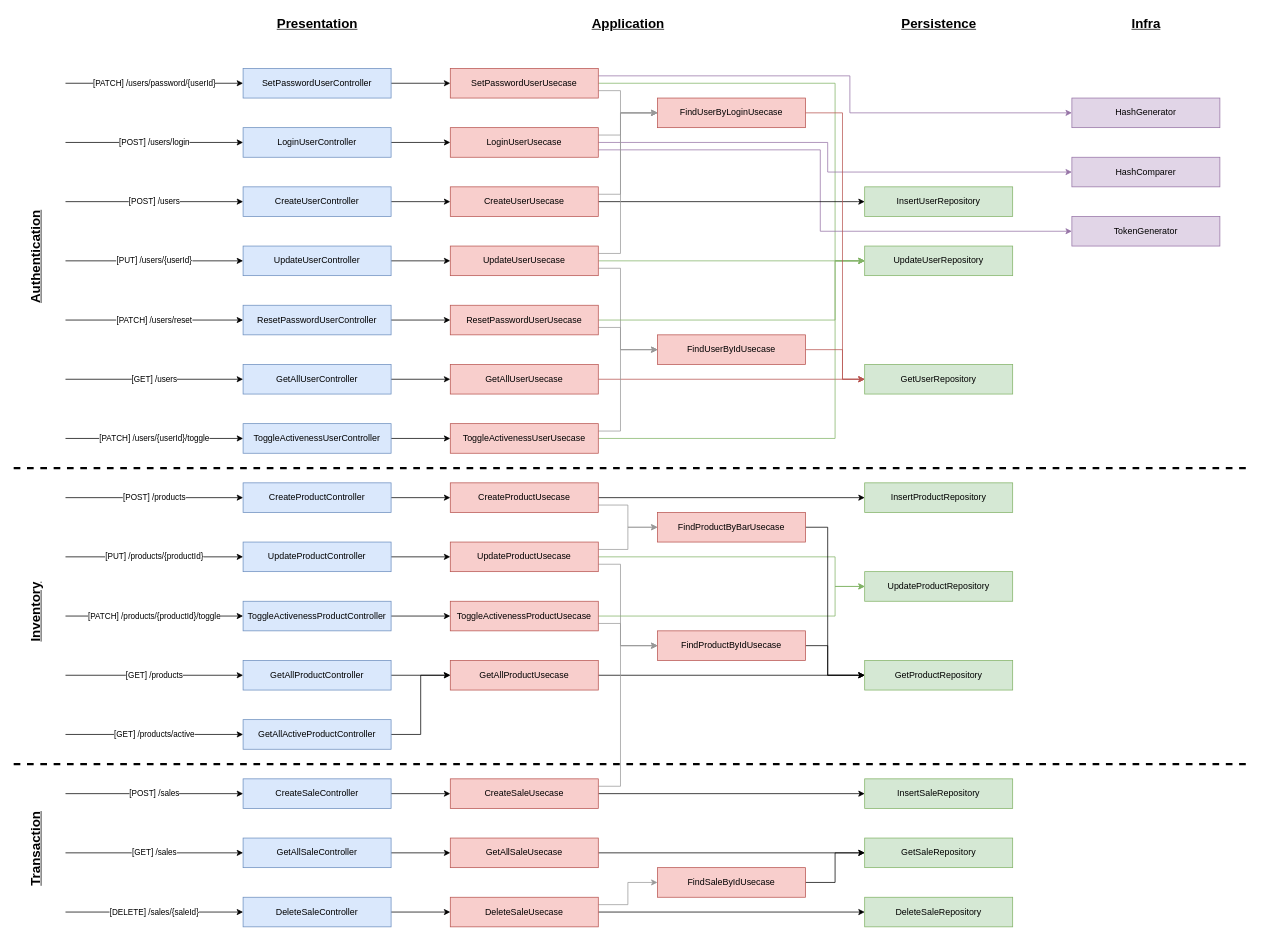
The draw.io diagram page "architecture-diagram" (3 of 3) of docs/diagrams.drawio in leonfoliveira/sales, before the edit. Source tidied: cells renumbered, new cells numbered last; positions are measured from the earlier drawing's top-left corner, leaving out a move shared by most shapes. Both pictures are drawn from the tidied source at 74%, with x=0, y=0 at pixel (13, 13).
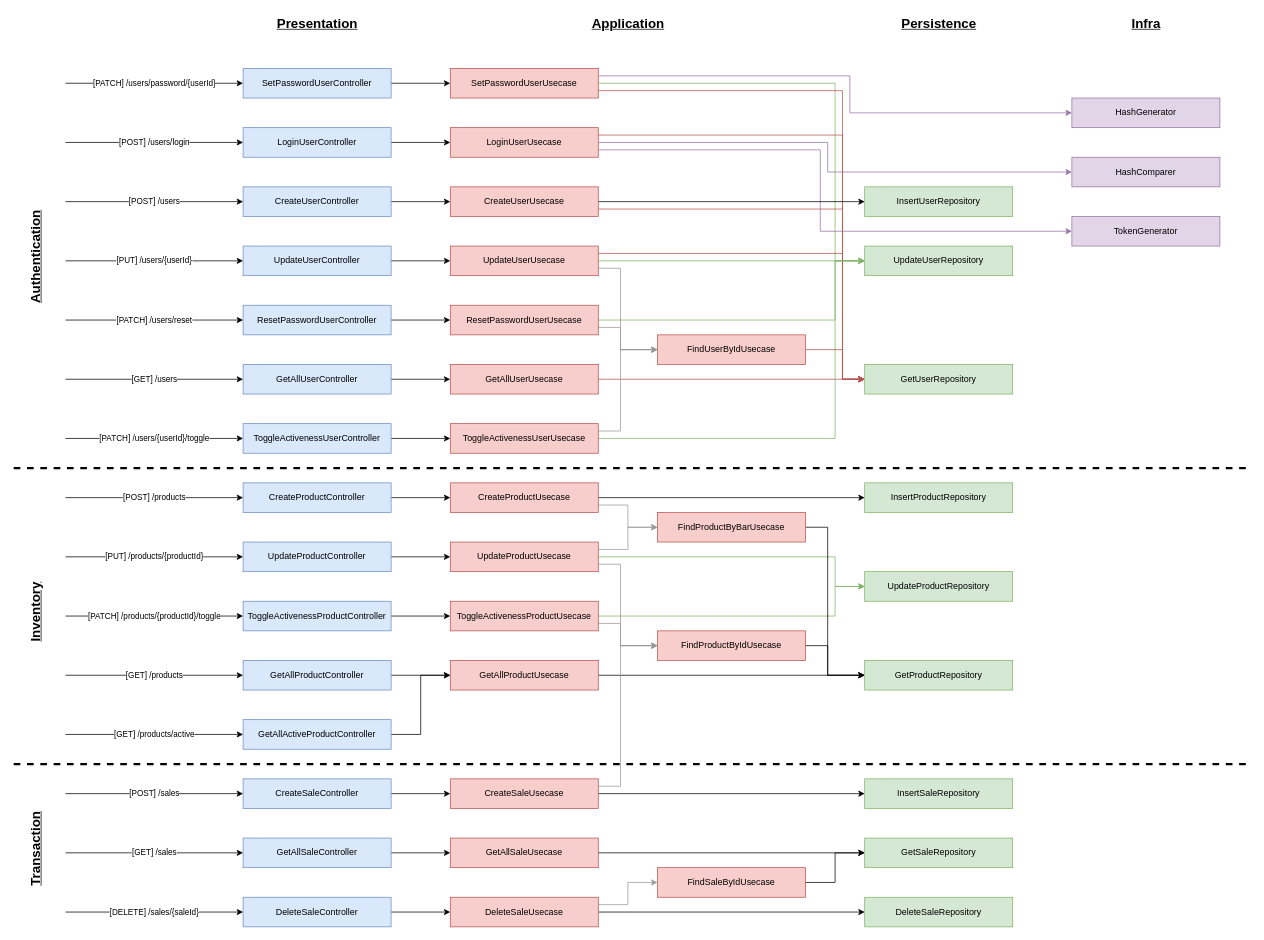
The same page after the edit.

Unchanged cells that the change refers to:
```xml
<mxCell id="36" value="SetPasswordUserUsecase" style="rounded=0;whiteSpace=wrap;html=1;fillColor=#f8cecc;strokeColor=#b85450;" parent="1" vertex="1">
  <mxGeometry x="590" y="75" width="200" height="40" as="geometry" />
</mxCell>
<mxCell id="40" value="LoginUserUsecase" style="rounded=0;whiteSpace=wrap;html=1;fillColor=#f8cecc;strokeColor=#b85450;" parent="1" vertex="1">
  <mxGeometry x="590" y="155" width="200" height="40" as="geometry" />
</mxCell>
<mxCell id="43" value="CreateUserUsecase" style="rounded=0;whiteSpace=wrap;html=1;fillColor=#f8cecc;strokeColor=#b85450;" parent="1" vertex="1">
  <mxGeometry x="590" y="235" width="200" height="40" as="geometry" />
</mxCell>
<mxCell id="47" value="UpdateUserUsecase" style="rounded=0;whiteSpace=wrap;html=1;fillColor=#f8cecc;strokeColor=#b85450;" parent="1" vertex="1">
  <mxGeometry x="590" y="315" width="200" height="40" as="geometry" />
</mxCell>
<mxCell id="102" value="GetUserRepository" style="rounded=0;whiteSpace=wrap;html=1;fillColor=#d5e8d4;strokeColor=#82b366;" parent="1" vertex="1">
  <mxGeometry x="1150" y="475" width="200" height="40" as="geometry" />
</mxCell>
```

Diff of the diagram source:
```diff
@@
-    <mxCell id="33" style="edgeStyle=orthogonalEdgeStyle;rounded=0;jettySize=auto;html=1;entryX=0;entryY=0.5;entryDx=0;entryDy=0;jumpStyle=none;strokeColor=#999999;" parent="1" edge="1" source="36" target="91">
-      <mxGeometry relative="1" as="geometry">
-        <Array as="points">
-          <mxPoint x="820" y="105" />
-          <mxPoint x="820" y="135" />
-        </Array>
-      </mxGeometry>
-    </mxCell>
@@
+    <mxCell id="121" style="edgeStyle=orthogonalEdgeStyle;rounded=0;jettySize=auto;html=1;entryX=0;entryY=0.5;entryDx=0;entryDy=0;fillColor=#f8cecc;strokeColor=#b85450;" parent="1" edge="1" source="36" target="102">
+      <mxGeometry relative="1" as="geometry">
+        <Array as="points">
+          <mxPoint x="1120" y="105" />
+          <mxPoint x="1120" y="495" />
+        </Array>
+      </mxGeometry>
+    </mxCell>
@@
-    <mxCell id="37" style="edgeStyle=orthogonalEdgeStyle;rounded=0;jettySize=auto;html=1;entryX=0;entryY=0.5;entryDx=0;entryDy=0;strokeColor=#999999;" parent="1" edge="1" source="40" target="91">
-      <mxGeometry relative="1" as="geometry">
-        <Array as="points">
-          <mxPoint x="820" y="165" />
-          <mxPoint x="820" y="135" />
-        </Array>
-      </mxGeometry>
-    </mxCell>
@@
+    <mxCell id="122" style="edgeStyle=orthogonalEdgeStyle;rounded=0;jettySize=auto;html=1;entryX=0;entryY=0.5;entryDx=0;entryDy=0;fillColor=#f8cecc;strokeColor=#b85450;" parent="1" edge="1" source="40" target="102">
+      <mxGeometry relative="1" as="geometry">
+        <Array as="points">
+          <mxPoint x="1120" y="165" />
+          <mxPoint x="1120" y="495" />
+        </Array>
+      </mxGeometry>
+    </mxCell>
@@
-    <mxCell id="41" style="edgeStyle=orthogonalEdgeStyle;rounded=0;jettySize=auto;html=1;entryX=0;entryY=0.5;entryDx=0;entryDy=0;strokeColor=#999999;" parent="1" edge="1" source="43" target="91">
-      <mxGeometry relative="1" as="geometry">
-        <Array as="points">
-          <mxPoint x="820" y="245" />
-          <mxPoint x="820" y="135" />
-        </Array>
-      </mxGeometry>
-    </mxCell>
@@
+    <mxCell id="123" style="edgeStyle=orthogonalEdgeStyle;rounded=0;jettySize=auto;html=1;entryX=0;entryY=0.5;entryDx=0;entryDy=0;fillColor=#f8cecc;strokeColor=#b85450;" parent="1" edge="1" source="43" target="102">
+      <mxGeometry relative="1" as="geometry">
+        <Array as="points">
+          <mxPoint x="1120" y="265" />
+          <mxPoint x="1120" y="495" />
+        </Array>
+      </mxGeometry>
+    </mxCell>
@@
-    <mxCell id="44" style="edgeStyle=orthogonalEdgeStyle;rounded=0;jettySize=auto;html=1;entryX=0;entryY=0.5;entryDx=0;entryDy=0;strokeColor=#999999;" parent="1" edge="1" source="47" target="91">
-      <mxGeometry relative="1" as="geometry">
-        <Array as="points">
-          <mxPoint x="820" y="325" />
-          <mxPoint x="820" y="135" />
-        </Array>
-      </mxGeometry>
-    </mxCell>
@@
+    <mxCell id="124" style="edgeStyle=orthogonalEdgeStyle;rounded=0;jettySize=auto;html=1;entryX=0;entryY=0.5;entryDx=0;entryDy=0;fillColor=#f8cecc;strokeColor=#b85450;" parent="1" edge="1" source="47" target="102">
+      <mxGeometry relative="1" as="geometry">
+        <Array as="points">
+          <mxPoint x="1120" y="325" />
+          <mxPoint x="1120" y="495" />
+        </Array>
+      </mxGeometry>
+    </mxCell>
@@
-    <mxCell id="90" style="edgeStyle=orthogonalEdgeStyle;rounded=0;sketch=0;jumpStyle=none;jettySize=auto;html=1;entryX=0;entryY=0.5;entryDx=0;entryDy=0;shadow=0;fillColor=#f8cecc;strokeColor=#b85450;" parent="1" edge="1" source="91" target="102">
-      <mxGeometry relative="1" as="geometry">
-        <Array as="points">
-          <mxPoint x="1120" y="135" />
-          <mxPoint x="1120" y="495" />
-        </Array>
-      </mxGeometry>
-    </mxCell>
-    <mxCell id="91" value="FindUserByLoginUsecase" style="rounded=0;whiteSpace=wrap;html=1;fillColor=#f8cecc;strokeColor=#b85450;" parent="1" vertex="1">
-      <mxGeometry x="870" y="115" width="200" height="40" as="geometry" />
-    </mxCell>
```
